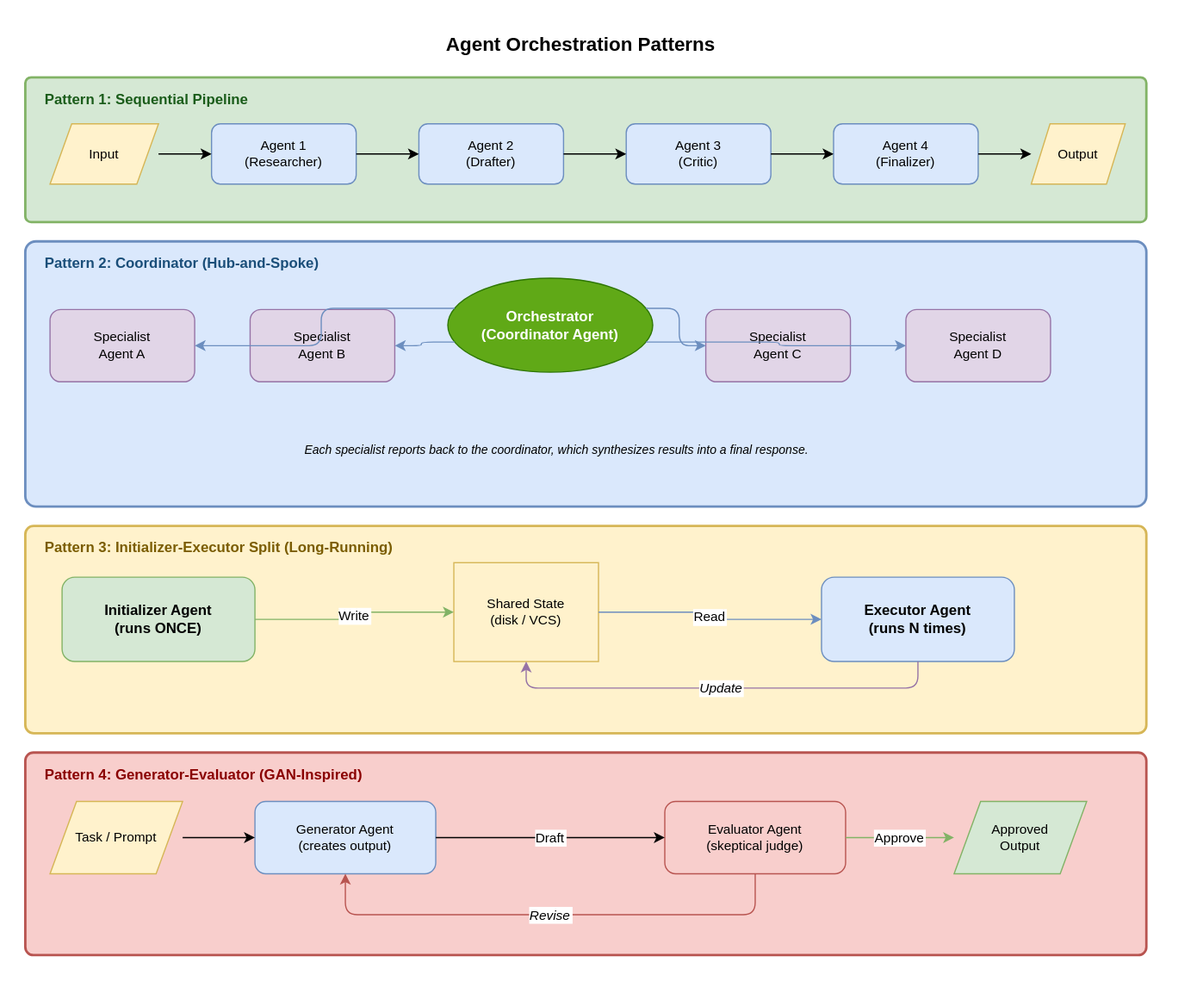
This is Agent_Engineering/diagrams/orchestration-patterns.drawio.svg from leandrob13/second-brain, a draw.io export, as it was before one commit. Source tidied: cells renumbered, new cells last; positions are measured from the earlier drawing's top-left corner, leaving out a move shared by most shapes.
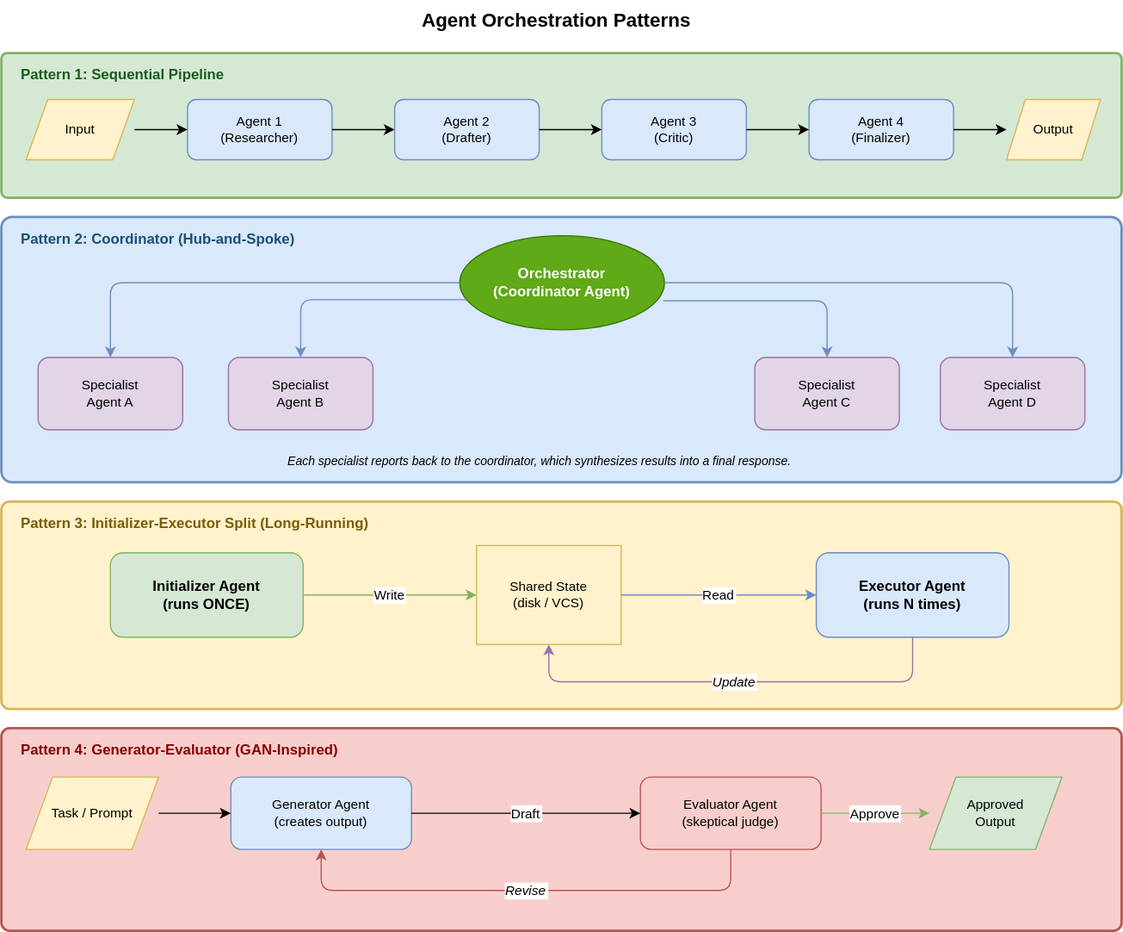
After the change.

Change to the diagram source:
```diff
@@ -51,34 +51,34 @@
       <mxGeometry x="14" y="184" width="380" height="20" as="geometry" />
     </mxCell>
     <mxCell id="18" value="Orchestrator&#10;(Coordinator Agent)" style="ellipse;whiteSpace=wrap;html=1;fillColor=#60a917;fontColor=#ffffff;strokeColor=#2D7600;fontSize=12;fontStyle=1;" parent="1" vertex="1">
-      <mxGeometry x="350" y="210" width="170" height="78" as="geometry" />
+      <mxGeometry x="380" y="195" width="170" height="78" as="geometry" />
     </mxCell>
     <mxCell id="19" value="Specialist&#10;Agent A" style="rounded=1;whiteSpace=wrap;html=1;fillColor=#e1d5e7;strokeColor=#9673a6;fontSize=11;" parent="1" vertex="1">
-      <mxGeometry x="20" y="236" width="120" height="60" as="geometry" />
+      <mxGeometry x="30" y="296" width="120" height="60" as="geometry" />
     </mxCell>
     <mxCell id="20" value="Specialist&#10;Agent B" style="rounded=1;whiteSpace=wrap;html=1;fillColor=#e1d5e7;strokeColor=#9673a6;fontSize=11;" parent="1" vertex="1">
-      <mxGeometry x="186" y="236" width="120" height="60" as="geometry" />
+      <mxGeometry x="188" y="296" width="120" height="60" as="geometry" />
     </mxCell>
     <mxCell id="21" value="Specialist&#10;Agent C" style="rounded=1;whiteSpace=wrap;html=1;fillColor=#e1d5e7;strokeColor=#9673a6;fontSize=11;" parent="1" vertex="1">
-      <mxGeometry x="564" y="236" width="120" height="60" as="geometry" />
+      <mxGeometry x="625" y="296" width="120" height="60" as="geometry" />
     </mxCell>
     <mxCell id="22" value="Specialist&#10;Agent D" style="rounded=1;whiteSpace=wrap;html=1;fillColor=#e1d5e7;strokeColor=#9673a6;fontSize=11;" parent="1" vertex="1">
-      <mxGeometry x="730" y="236" width="120" height="60" as="geometry" />
+      <mxGeometry x="779" y="296" width="120" height="60" as="geometry" />
     </mxCell>
-    <mxCell id="23" style="edgeStyle=orthogonalEdgeStyle;strokeColor=#6c8ebf;exitX=0;exitY=0.3;exitDx=0;exitDy=0;entryX=1;entryY=0.5;entryDx=0;entryDy=0;" parent="1" edge="1" source="18" target="19">
+    <mxCell id="23" style="edgeStyle=orthogonalEdgeStyle;strokeColor=#6c8ebf;exitX=0;exitY=0.5;exitDx=0;exitDy=0;entryX=0.5;entryY=0;entryDx=0;entryDy=0;" parent="1" edge="1" source="18" target="19">
       <mxGeometry relative="1" as="geometry" />
     </mxCell>
-    <mxCell id="24" style="edgeStyle=orthogonalEdgeStyle;strokeColor=#6c8ebf;exitX=0;exitY=0.7;exitDx=0;exitDy=0;entryX=1;entryY=0.5;entryDx=0;entryDy=0;" parent="1" edge="1" source="18" target="20">
+    <mxCell id="24" style="edgeStyle=orthogonalEdgeStyle;strokeColor=#6c8ebf;exitX=0;exitY=0.7;exitDx=0;exitDy=0;entryX=0.5;entryY=0;entryDx=0;entryDy=0;" parent="1" edge="1" source="18" target="20">
       <mxGeometry relative="1" as="geometry" />
     </mxCell>
-    <mxCell id="25" style="edgeStyle=orthogonalEdgeStyle;strokeColor=#6c8ebf;exitX=1;exitY=0.3;exitDx=0;exitDy=0;entryX=0;entryY=0.5;entryDx=0;entryDy=0;" parent="1" edge="1" source="18" target="21">
+    <mxCell id="25" style="edgeStyle=orthogonalEdgeStyle;strokeColor=#6c8ebf;exitX=0.994;exitY=0.692;exitDx=0;exitDy=0;entryX=0.5;entryY=0;entryDx=0;entryDy=0;exitPerimeter=0;" parent="1" edge="1" source="18" target="21">
       <mxGeometry relative="1" as="geometry" />
     </mxCell>
-    <mxCell id="26" style="edgeStyle=orthogonalEdgeStyle;strokeColor=#6c8ebf;exitX=1;exitY=0.7;exitDx=0;exitDy=0;entryX=0;entryY=0.5;entryDx=0;entryDy=0;" parent="1" edge="1" source="18" target="22">
+    <mxCell id="26" style="edgeStyle=orthogonalEdgeStyle;strokeColor=#6c8ebf;exitX=1;exitY=0.5;exitDx=0;exitDy=0;entryX=0.5;entryY=0;entryDx=0;entryDy=0;" parent="1" edge="1" source="18" target="22">
       <mxGeometry relative="1" as="geometry" />
     </mxCell>
     <mxCell id="27" value="Each specialist reports back to the coordinator, which synthesizes results into a final response." style="text;html=1;strokeColor=none;fillColor=none;align=center;fontSize=10;fontStyle=2;" parent="1" vertex="1">
-      <mxGeometry x="20" y="340" width="840" height="30" as="geometry" />
+      <mxGeometry x="26" y="370" width="840" height="30" as="geometry" />
     </mxCell>
     <mxCell id="28" style="rounded=1;whiteSpace=wrap;html=1;fillColor=#fff2cc;strokeColor=#d6b656;strokeWidth=2;arcSize=4;" parent="1" vertex="1">
       <mxGeometry y="416" width="930" height="172" as="geometry" />
@@ -87,13 +87,13 @@
       <mxGeometry x="14" y="420" width="460" height="20" as="geometry" />
     </mxCell>
     <mxCell id="30" value="Initializer Agent&#10;(runs ONCE)" style="rounded=1;whiteSpace=wrap;html=1;fillColor=#d5e8d4;strokeColor=#82b366;fontSize=12;fontStyle=1;" parent="1" vertex="1">
-      <mxGeometry x="30" y="458" width="160" height="70" as="geometry" />
+      <mxGeometry x="90" y="458" width="160" height="70" as="geometry" />
     </mxCell>
     <mxCell id="31" value="Shared State&#10;(disk / VCS)" style="cylinder3;whiteSpace=wrap;html=1;fillColor=#fff2cc;strokeColor=#d6b656;fontSize=11;" parent="1" vertex="1">
-      <mxGeometry x="355" y="446" width="120" height="82" as="geometry" />
+      <mxGeometry x="394" y="452" width="120" height="82" as="geometry" />
     </mxCell>
     <mxCell id="32" value="Executor Agent&#10;(runs N times)" style="rounded=1;whiteSpace=wrap;html=1;fillColor=#dae8fc;strokeColor=#6c8ebf;fontSize=12;fontStyle=1;" parent="1" vertex="1">
-      <mxGeometry x="660" y="458" width="160" height="70" as="geometry" />
+      <mxGeometry x="676" y="458" width="160" height="70" as="geometry" />
     </mxCell>
     <mxCell id="33" value="Write" style="edgeStyle=orthogonalEdgeStyle;rounded=1;strokeColor=#82b366;exitX=1;exitY=0.5;exitDx=0;exitDy=0;entryX=0;entryY=0.5;entryDx=0;entryDy=0;" parent="1" edge="1" source="30" target="31">
       <mxGeometry relative="1" as="geometry" />
@@ -104,8 +104,8 @@
     <mxCell id="35" value="Update" style="edgeStyle=orthogonalEdgeStyle;rounded=1;strokeColor=#9673a6;fontStyle=2;exitX=0.5;exitY=1;exitDx=0;exitDy=0;entryX=0.5;entryY=1;entryDx=0;entryDy=0;" parent="1" edge="1" source="32" target="31">
       <mxGeometry relative="1" as="geometry">
         <Array as="points">
-          <mxPoint x="740" y="550" />
-          <mxPoint x="415" y="550" />
+          <mxPoint x="756" y="565" />
+          <mxPoint x="454" y="565" />
         </Array>
       </mxGeometry>
     </mxCell>
```
